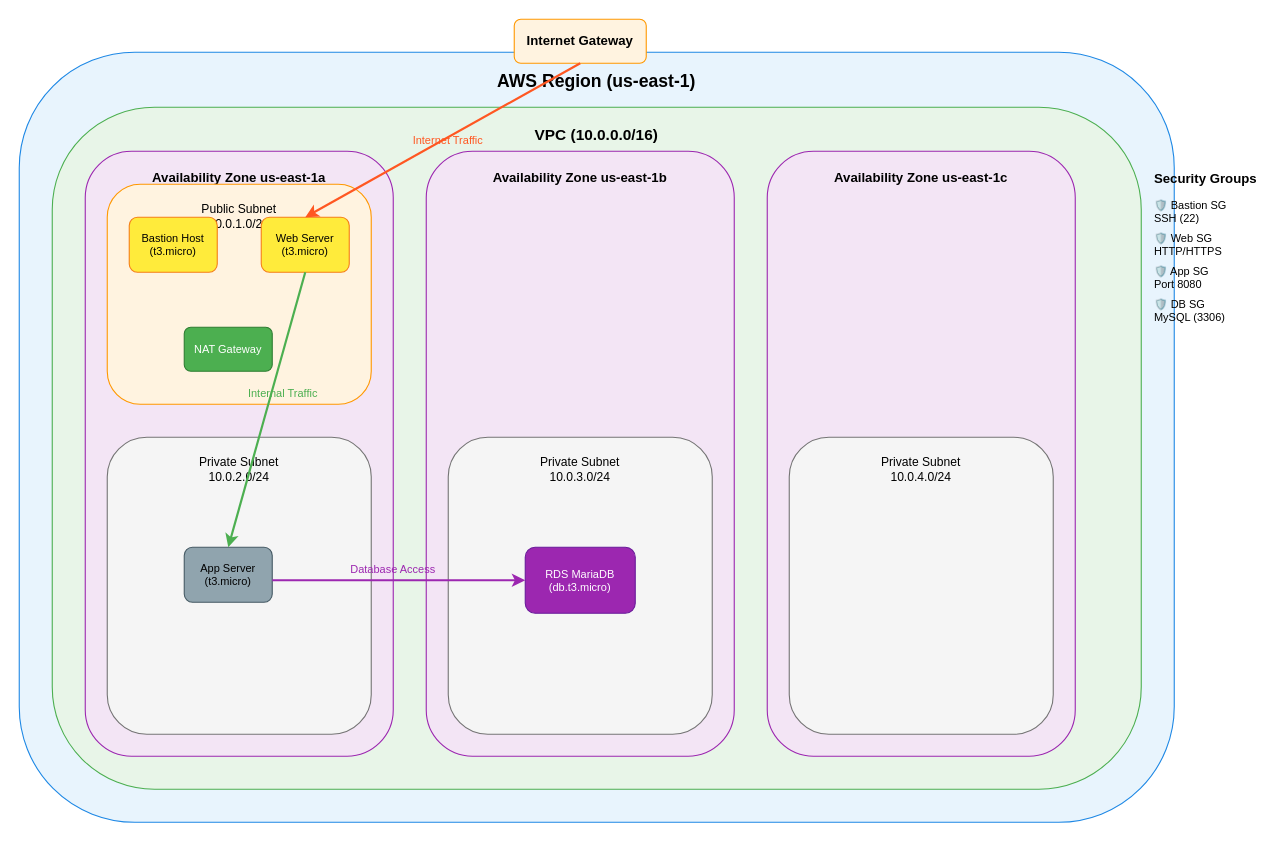
This is assets/aws-3tier-architecture.drawio from Copubah/AWS-3-tier-high-availability-architecture, a draw.io file, before an edit. Source tidied: cells renumbered, new cells numbered last; positions are measured from the earlier drawing's top-left corner, leaving out a move shared by most shapes. Both pictures are drawn from the tidied source at 110%, with x=0, y=0 at pixel (19, 19).
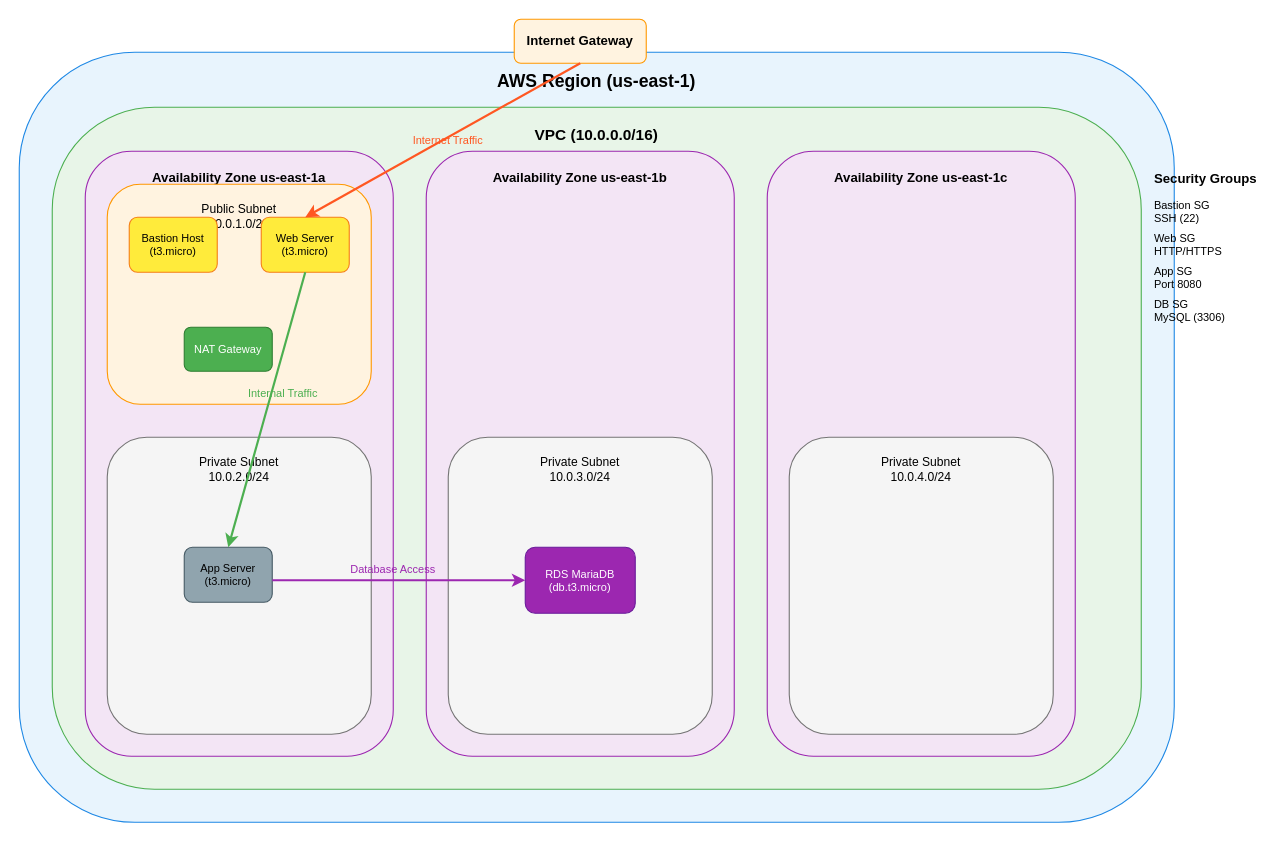
Above is the later version.

Change to the diagram source:
```diff
@@
-    <mxCell id="18" value="🛡️ Bastion SG&#10;SSH (22)" style="text;html=1;strokeColor=none;fillColor=none;align=left;verticalAlign=middle;whiteSpace=wrap;rounded=0;fontSize=10;" parent="1" vertex="1">
+    <mxCell id="18" value="Bastion SG&#10;SSH (22)" style="text;html=1;strokeColor=none;fillColor=none;align=left;verticalAlign=middle;whiteSpace=wrap;rounded=0;fontSize=10;" parent="1" vertex="1">
       <mxGeometry x="1030" y="160" width="80" height="30" as="geometry" />
     </mxCell>
-    <mxCell id="19" value="🛡️ Web SG&#10;HTTP/HTTPS" style="text;html=1;strokeColor=none;fillColor=none;align=left;verticalAlign=middle;whiteSpace=wrap;rounded=0;fontSize=10;" parent="1" vertex="1">
+    <mxCell id="19" value="Web SG&#10;HTTP/HTTPS" style="text;html=1;strokeColor=none;fillColor=none;align=left;verticalAlign=middle;whiteSpace=wrap;rounded=0;fontSize=10;" parent="1" vertex="1">
       <mxGeometry x="1030" y="190" width="80" height="30" as="geometry" />
     </mxCell>
-    <mxCell id="20" value="🛡️ App SG&#10;Port 8080" style="text;html=1;strokeColor=none;fillColor=none;align=left;verticalAlign=middle;whiteSpace=wrap;rounded=0;fontSize=10;" parent="1" vertex="1">
+    <mxCell id="20" value="App SG&#10;Port 8080" style="text;html=1;strokeColor=none;fillColor=none;align=left;verticalAlign=middle;whiteSpace=wrap;rounded=0;fontSize=10;" parent="1" vertex="1">
       <mxGeometry x="1030" y="220" width="80" height="30" as="geometry" />
     </mxCell>
-    <mxCell id="21" value="🛡️ DB SG&#10;MySQL (3306)" style="text;html=1;strokeColor=none;fillColor=none;align=left;verticalAlign=middle;whiteSpace=wrap;rounded=0;fontSize=10;" parent="1" vertex="1">
+    <mxCell id="21" value="DB SG&#10;MySQL (3306)" style="text;html=1;strokeColor=none;fillColor=none;align=left;verticalAlign=middle;whiteSpace=wrap;rounded=0;fontSize=10;" parent="1" vertex="1">
       <mxGeometry x="1030" y="250" width="80" height="30" as="geometry" />
     </mxCell>
```
